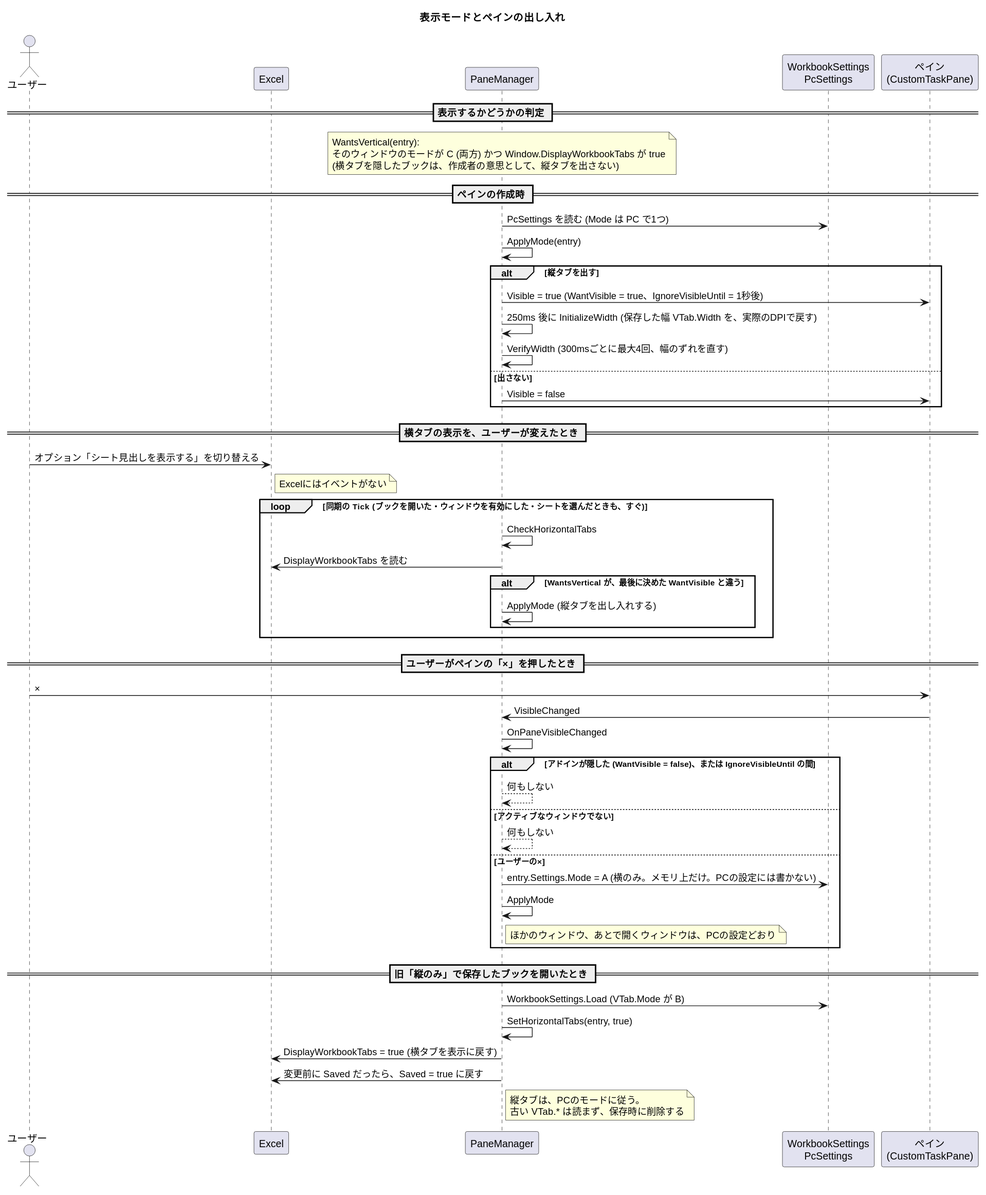
Before: docs/sequence-mode.svg, a diagram exported from PlantUML (nk-taka623/VerticalSheetTabs). The source it was exported from:
```plantuml
@startuml
title 表示モードとペインの出し入れ
skinparam shadowing false
skinparam sequenceMessageAlign left

actor "ユーザー" as U
participant "Excel" as XL
participant "PaneManager" as P
participant "WorkbookSettings\nPcSettings" as W
participant "ペイン\n(CustomTaskPane)" as Pane

== 表示するかどうかの判定 ==
note over P
  WantsVertical(entry):
  そのウィンドウのモードが C (両方) かつ Window.DisplayWorkbookTabs が true
  (横タブを隠したブックは、作成者の意思として、縦タブを出さない)
end note

== ペインの作成時 ==
P -> W : PcSettings を読む (Mode は PC で1つ)
P -> P : ApplyMode(entry)
alt 縦タブを出す
  P -> Pane : Visible = true (WantVisible = true、IgnoreVisibleUntil = 1秒後)
  P -> P : 250ms 後に InitializeWidth (保存した幅 VTab.Width を、実際のDPIで戻す)
  P -> P : VerifyWidth (300msごとに最大4回、幅のずれを直す)
else 出さない
  P -> Pane : Visible = false
end

== 横タブの表示を、ユーザーが変えたとき ==
U -> XL : オプション「シート見出しを表示する」を切り替える
note right of XL : Excelにはイベントがない
loop 同期の Tick (ブックを開いた・ウィンドウを有効にした・シートを選んだときも、すぐ)
  P -> P : CheckHorizontalTabs
  P -> XL : DisplayWorkbookTabs を読む
  alt WantsVertical が、最後に決めた WantVisible と違う
    P -> P : ApplyMode (縦タブを出し入れする)
  end
end

== ユーザーがペインの「×」を押したとき ==
U -> Pane : ×
Pane -> P : VisibleChanged
P -> P : OnPaneVisibleChanged
alt アドインが隠した (WantVisible = false)、または IgnoreVisibleUntil の間
  P --> P : 何もしない
else アクティブなウィンドウでない
  P --> P : 何もしない
else ユーザーの×
  P -> W : entry.Settings.Mode = A (横のみ。メモリ上だけ。PCの設定には書かない)
  P -> P : ApplyMode
  note right of P : ほかのウィンドウ、あとで開くウィンドウは、PCの設定どおり
end

== 旧「縦のみ」で保存したブックを開いたとき ==
P -> W : WorkbookSettings.Load (VTab.Mode が B)
P -> P : SetHorizontalTabs(entry, true)
P -> XL : DisplayWorkbookTabs = true (横タブを表示に戻す)
P -> XL : 変更前に Saved だったら、Saved = true に戻す
note right of P : 縦タブは、PCのモードに従う。\n古い VTab.* は読まず、保存時に削除する
@enduml
```
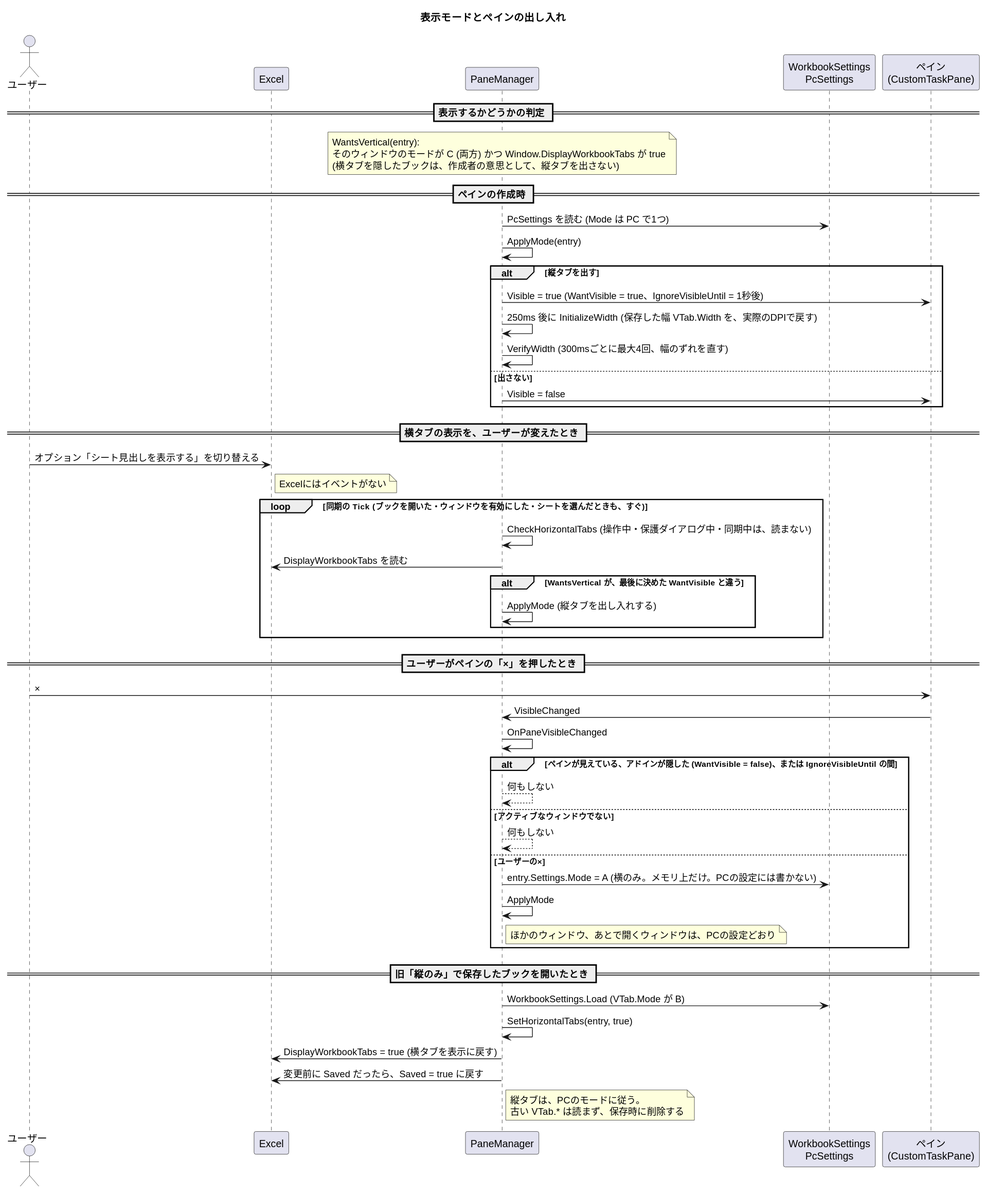
After the commit.

Change to the diagram source:
```diff
@@ -31,7 +31,7 @@
 U -> XL : オプション「シート見出しを表示する」を切り替える
 note right of XL : Excelにはイベントがない
 loop 同期の Tick (ブックを開いた・ウィンドウを有効にした・シートを選んだときも、すぐ)
-  P -> P : CheckHorizontalTabs
+  P -> P : CheckHorizontalTabs (操作中・保護ダイアログ中・同期中は、読まない)
   P -> XL : DisplayWorkbookTabs を読む
   alt WantsVertical が、最後に決めた WantVisible と違う
     P -> P : ApplyMode (縦タブを出し入れする)
@@ -42,7 +42,7 @@
 U -> Pane : ×
 Pane -> P : VisibleChanged
 P -> P : OnPaneVisibleChanged
-alt アドインが隠した (WantVisible = false)、または IgnoreVisibleUntil の間
+alt ペインが見えている、アドインが隠した (WantVisible = false)、または IgnoreVisibleUntil の間
   P --> P : 何もしない
 else アクティブなウィンドウでない
   P --> P : 何もしない
```
